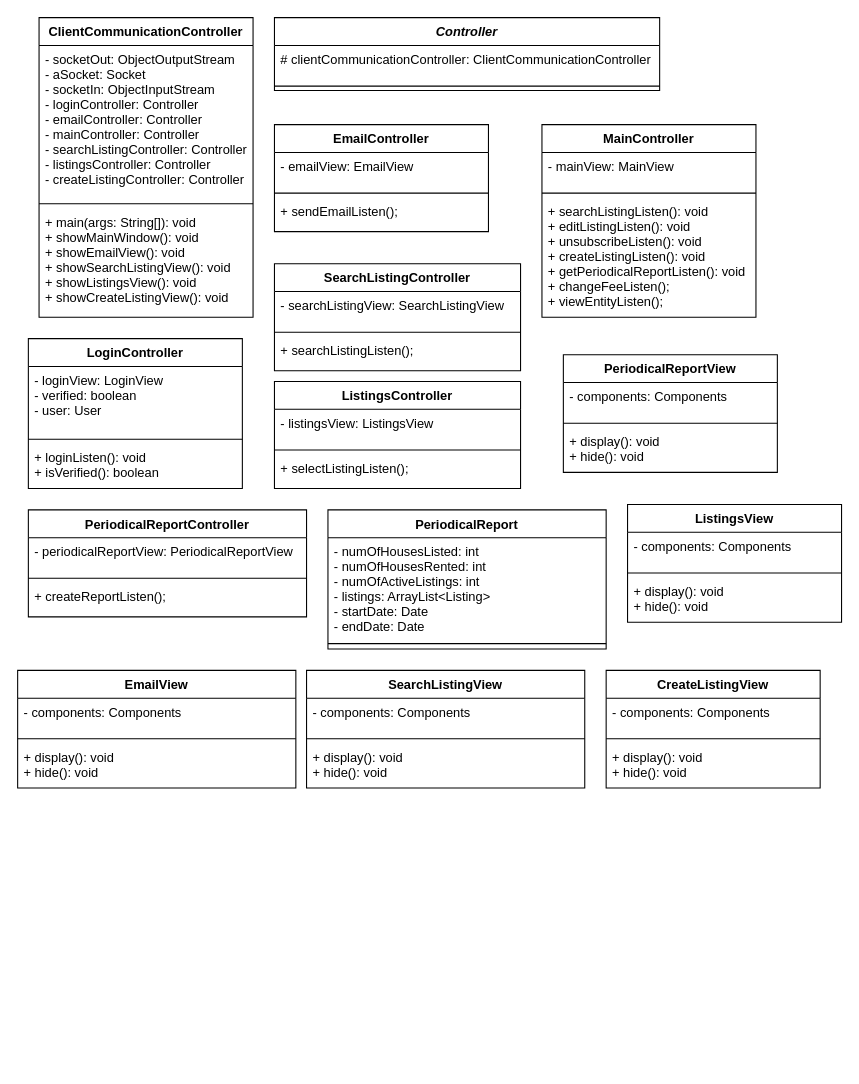
Before: page "Client" (2 of 2) of AttributesUMLDiagram.drawio in ryan-holt/ENSF480FinalProject, a draw.io diagram. Source tidied: cells renumbered, new cells numbered last; positions are measured from the earlier drawing's top-left corner, leaving out a move shared by most shapes. Both pictures are drawn from the tidied source at 107%, with x=0, y=0 at pixel (17, 17).
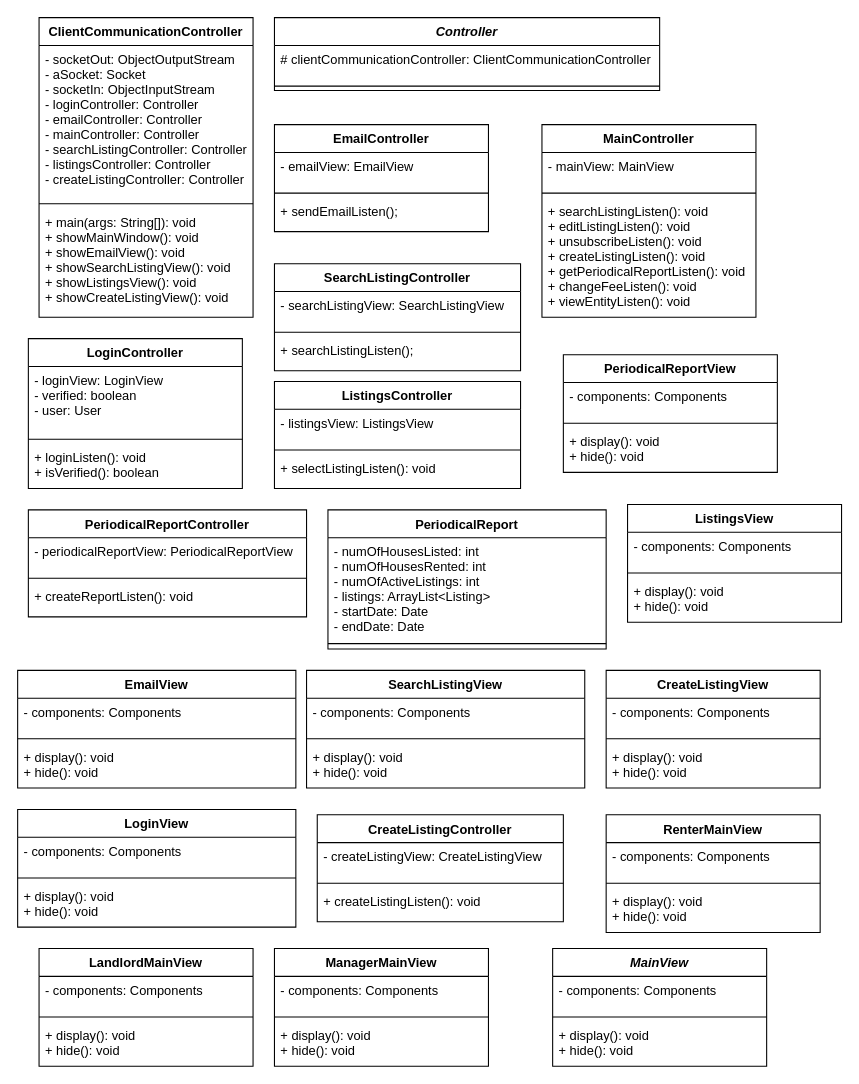
The same diagram, later.

The change refers to these unchanged cells:
```xml
<mxCell id="17" value="MainController" style="swimlane;fontStyle=1;align=center;verticalAlign=top;horizontal=1;startSize=26;shadow=0;comic=0;" parent="1" vertex="1">
  <mxGeometry x="490" y="100" width="200" height="180" as="geometry" />
</mxCell>
<mxCell id="25" value="ListingsController" style="swimlane;fontStyle=1;align=center;verticalAlign=top;horizontal=1;startSize=26;shadow=0;comic=0;" parent="1" vertex="1">
  <mxGeometry x="240" y="340" width="230" height="100" as="geometry" />
</mxCell>
<mxCell id="29" value="PeriodicalReportController" style="swimlane;fontStyle=1;align=center;verticalAlign=top;horizontal=1;startSize=26;shadow=0;comic=0;" parent="1" vertex="1">
  <mxGeometry x="10" y="460" width="260" height="100" as="geometry" />
</mxCell>
```

Diff of the diagram source:
```diff
@@
-    <mxCell id="20" value="+ searchListingListen(): void&#10;+ editListingListen(): void&#10;+ unsubscribeListen(): void&#10;+ createListingListen(): void&#10;+ getPeriodicalReportListen(): void&#10;+ changeFeeListen();&#10;+ viewEntityListen();&#10;" style="text;strokeColor=none;fillColor=none;align=left;verticalAlign=top;spacingLeft=4;spacingRight=4;overflow=hidden;" parent="17" vertex="1">
+    <mxCell id="20" value="+ searchListingListen(): void&#10;+ editListingListen(): void&#10;+ unsubscribeListen(): void&#10;+ createListingListen(): void&#10;+ getPeriodicalReportListen(): void&#10;+ changeFeeListen(): void&#10;+ viewEntityListen(): void&#10;" style="text;strokeColor=none;fillColor=none;align=left;verticalAlign=top;spacingLeft=4;spacingRight=4;overflow=hidden;" parent="17" vertex="1">
       <mxGeometry y="68" width="200" height="112" as="geometry" />
     </mxCell>
@@
-    <mxCell id="28" value="+ selectListingListen();" style="text;strokeColor=none;fillColor=none;align=left;verticalAlign=top;spacingLeft=4;spacingRight=4;overflow=hidden;" parent="25" vertex="1">
+    <mxCell id="28" value="+ selectListingListen(): void" style="text;strokeColor=none;fillColor=none;align=left;verticalAlign=top;spacingLeft=4;spacingRight=4;overflow=hidden;" parent="25" vertex="1">
       <mxGeometry y="68" width="230" height="32" as="geometry" />
     </mxCell>
@@
-    <mxCell id="32" value="+ createReportListen();" style="text;strokeColor=none;fillColor=none;align=left;verticalAlign=top;spacingLeft=4;spacingRight=4;overflow=hidden;" parent="29" vertex="1">
+    <mxCell id="32" value="+ createReportListen(): void" style="text;strokeColor=none;fillColor=none;align=left;verticalAlign=top;spacingLeft=4;spacingRight=4;overflow=hidden;" parent="29" vertex="1">
       <mxGeometry y="68" width="260" height="32" as="geometry" />
     </mxCell>
@@
+    <mxCell id="56" value="LoginView" style="swimlane;fontStyle=1;align=center;verticalAlign=top;horizontal=1;startSize=26;shadow=0;comic=0;" parent="1" vertex="1">
+      <mxGeometry y="740" width="260" height="110" as="geometry" />
+    </mxCell>
+    <mxCell id="57" value="- components: Components" style="text;strokeColor=none;fillColor=none;align=left;verticalAlign=top;spacingLeft=4;spacingRight=4;overflow=hidden;" parent="56" vertex="1">
+      <mxGeometry y="26" width="260" height="34" as="geometry" />
+    </mxCell>
+    <mxCell id="58" style="line;strokeWidth=1;fillColor=none;align=left;verticalAlign=middle;spacingTop=-1;spacingLeft=3;spacingRight=3;labelPosition=right;" parent="56" vertex="1">
+      <mxGeometry y="60" width="260" height="8" as="geometry" />
+    </mxCell>
+    <mxCell id="59" value="+ display(): void&#10;+ hide(): void" style="text;strokeColor=none;fillColor=none;align=left;verticalAlign=top;spacingLeft=4;spacingRight=4;overflow=hidden;" parent="56" vertex="1">
+      <mxGeometry y="68" width="260" height="42" as="geometry" />
+    </mxCell>
+    <mxCell id="60" value="CreateListingController" style="swimlane;fontStyle=1;align=center;verticalAlign=top;horizontal=1;startSize=26;shadow=0;comic=0;" parent="1" vertex="1">
+      <mxGeometry x="280" y="745" width="230" height="100" as="geometry" />
+    </mxCell>
+    <mxCell id="61" value="- createListingView: CreateListingView" style="text;strokeColor=none;fillColor=none;align=left;verticalAlign=top;spacingLeft=4;spacingRight=4;overflow=hidden;" parent="60" vertex="1">
+      <mxGeometry y="26" width="230" height="34" as="geometry" />
+    </mxCell>
+    <mxCell id="62" style="line;strokeWidth=1;fillColor=none;align=left;verticalAlign=middle;spacingTop=-1;spacingLeft=3;spacingRight=3;labelPosition=right;" parent="60" vertex="1">
+      <mxGeometry y="60" width="230" height="8" as="geometry" />
+    </mxCell>
+    <mxCell id="63" value="+ createListingListen(): void" style="text;strokeColor=none;fillColor=none;align=left;verticalAlign=top;spacingLeft=4;spacingRight=4;overflow=hidden;" parent="60" vertex="1">
+      <mxGeometry y="68" width="230" height="32" as="geometry" />
+    </mxCell>
+    <mxCell id="64" value="RenterMainView" style="swimlane;fontStyle=1;align=center;verticalAlign=top;horizontal=1;startSize=26;shadow=0;comic=0;" parent="1" vertex="1">
+      <mxGeometry x="550" y="745" width="200" height="110" as="geometry" />
+    </mxCell>
+    <mxCell id="65" value="- components: Components" style="text;strokeColor=none;fillColor=none;align=left;verticalAlign=top;spacingLeft=4;spacingRight=4;overflow=hidden;" parent="64" vertex="1">
+      <mxGeometry y="26" width="200" height="34" as="geometry" />
+    </mxCell>
+    <mxCell id="66" style="line;strokeWidth=1;fillColor=none;align=left;verticalAlign=middle;spacingTop=-1;spacingLeft=3;spacingRight=3;labelPosition=right;" parent="64" vertex="1">
+      <mxGeometry y="60" width="200" height="8" as="geometry" />
+    </mxCell>
+    <mxCell id="67" value="+ display(): void&#10;+ hide(): void" style="text;strokeColor=none;fillColor=none;align=left;verticalAlign=top;spacingLeft=4;spacingRight=4;overflow=hidden;" parent="64" vertex="1">
+      <mxGeometry y="68" width="200" height="42" as="geometry" />
+    </mxCell>
+    <mxCell id="68" value="LandlordMainView" style="swimlane;fontStyle=1;align=center;verticalAlign=top;horizontal=1;startSize=26;shadow=0;comic=0;" parent="1" vertex="1">
+      <mxGeometry x="20" y="870" width="200" height="110" as="geometry" />
+    </mxCell>
+    <mxCell id="69" value="- components: Components" style="text;strokeColor=none;fillColor=none;align=left;verticalAlign=top;spacingLeft=4;spacingRight=4;overflow=hidden;" parent="68" vertex="1">
+      <mxGeometry y="26" width="200" height="34" as="geometry" />
+    </mxCell>
+    <mxCell id="70" style="line;strokeWidth=1;fillColor=none;align=left;verticalAlign=middle;spacingTop=-1;spacingLeft=3;spacingRight=3;labelPosition=right;" parent="68" vertex="1">
+      <mxGeometry y="60" width="200" height="8" as="geometry" />
+    </mxCell>
+    <mxCell id="71" value="+ display(): void&#10;+ hide(): void" style="text;strokeColor=none;fillColor=none;align=left;verticalAlign=top;spacingLeft=4;spacingRight=4;overflow=hidden;" parent="68" vertex="1">
+      <mxGeometry y="68" width="200" height="42" as="geometry" />
+    </mxCell>
+    <mxCell id="72" value="ManagerMainView" style="swimlane;fontStyle=1;align=center;verticalAlign=top;horizontal=1;startSize=26;shadow=0;comic=0;" parent="1" vertex="1">
+      <mxGeometry x="240" y="870" width="200" height="110" as="geometry" />
+    </mxCell>
+    <mxCell id="73" value="- components: Components" style="text;strokeColor=none;fillColor=none;align=left;verticalAlign=top;spacingLeft=4;spacingRight=4;overflow=hidden;" parent="72" vertex="1">
+      <mxGeometry y="26" width="200" height="34" as="geometry" />
+    </mxCell>
+    <mxCell id="74" style="line;strokeWidth=1;fillColor=none;align=left;verticalAlign=middle;spacingTop=-1;spacingLeft=3;spacingRight=3;labelPosition=right;" parent="72" vertex="1">
+      <mxGeometry y="60" width="200" height="8" as="geometry" />
+    </mxCell>
+    <mxCell id="75" value="+ display(): void&#10;+ hide(): void" style="text;strokeColor=none;fillColor=none;align=left;verticalAlign=top;spacingLeft=4;spacingRight=4;overflow=hidden;" parent="72" vertex="1">
+      <mxGeometry y="68" width="200" height="42" as="geometry" />
+    </mxCell>
+    <mxCell id="76" value="MainView" style="swimlane;fontStyle=3;align=center;verticalAlign=top;horizontal=1;startSize=26;shadow=0;comic=0;" parent="1" vertex="1">
+      <mxGeometry x="500" y="870" width="200" height="110" as="geometry" />
+    </mxCell>
+    <mxCell id="77" value="- components: Components" style="text;strokeColor=none;fillColor=none;align=left;verticalAlign=top;spacingLeft=4;spacingRight=4;overflow=hidden;" parent="76" vertex="1">
+      <mxGeometry y="26" width="200" height="34" as="geometry" />
+    </mxCell>
+    <mxCell id="78" style="line;strokeWidth=1;fillColor=none;align=left;verticalAlign=middle;spacingTop=-1;spacingLeft=3;spacingRight=3;labelPosition=right;" parent="76" vertex="1">
+      <mxGeometry y="60" width="200" height="8" as="geometry" />
+    </mxCell>
+    <mxCell id="79" value="+ display(): void&#10;+ hide(): void" style="text;strokeColor=none;fillColor=none;align=left;verticalAlign=top;spacingLeft=4;spacingRight=4;overflow=hidden;" parent="76" vertex="1">
+      <mxGeometry y="68" width="200" height="42" as="geometry" />
+    </mxCell>
```
